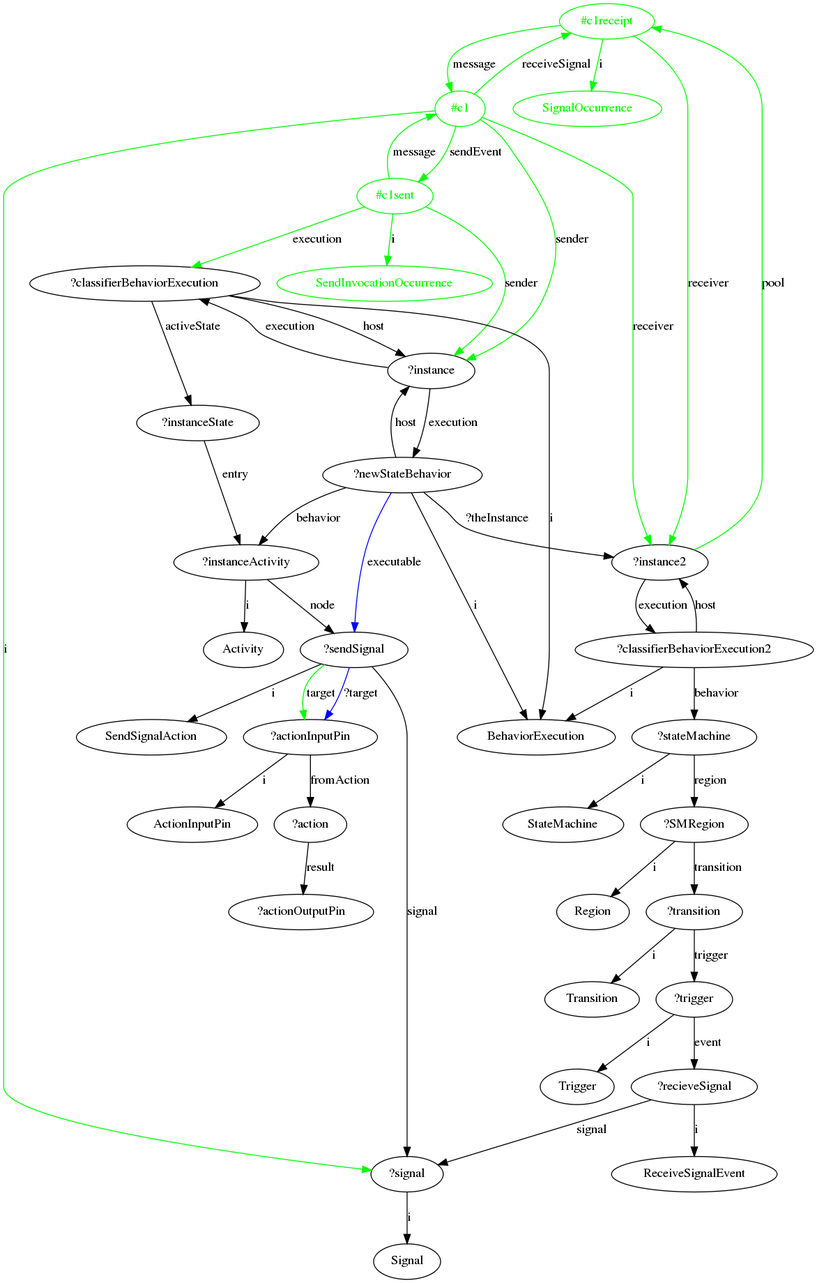
Earlier version of the Graphviz export GraphOutputs/sendSignalAction.dot.png (luisneiva/graf-framework). Its source is kept beside it as GraphOutputs/sendSignalAction.dot. The source it was exported from:
```dot
digraph sendSignalAction {
	"#c1receipt" -> "#c1" [label="message", color="green"]
	"#c1receipt" [color="green", fontcolor="green"]
	"#c1" [color="green", fontcolor="green"]
	"#c1" -> "#c1receipt" [label="receiveSignal", color="green"]
	"#c1" [color="green", fontcolor="green"]
	"#c1receipt" [color="green", fontcolor="green"]
	"#c1" -> "#c1sent" [label="sendEvent", color="green"]
	"#c1" [color="green", fontcolor="green"]
	"#c1sent" [color="green", fontcolor="green"]
	"#c1sent" -> "#c1" [label="message", color="green"]
	"#c1sent" [color="green", fontcolor="green"]
	"#c1" [color="green", fontcolor="green"]
	"#c1receipt" -> "SignalOccurrence" [label="i", color="green"]
	"#c1receipt" [color="green", fontcolor="green"]
	"SignalOccurrence" [color="green", fontcolor="green"]
	"#c1sent" -> "SendInvocationOccurrence" [label="i", color="green"]
	"#c1sent" [color="green", fontcolor="green"]
	"SendInvocationOccurrence" [color="green", fontcolor="green"]
	"?instance" -> "?newStateBehavior" [label="execution"]
	"?newStateBehavior" -> "?instance" [label="host"]
	"?classifierBehaviorExecution" -> "?instance" [label="host"]
	"?instance" -> "?classifierBehaviorExecution" [label="execution"]
	"?classifierBehaviorExecution" -> "BehaviorExecution" [label="i"]
	"?newStateBehavior" -> "BehaviorExecution" [label="i"]
	"?classifierBehaviorExecution2" -> "BehaviorExecution" [label="i"]
	"?classifierBehaviorExecution2" -> "?instance2" [label="host"]
	"?instance2" -> "?classifierBehaviorExecution2" [label="execution"]
	"?classifierBehaviorExecution2" -> "?stateMachine" [label="behavior"]
	"?stateMachine" -> "StateMachine" [label="i"]
	"?SMRegion" -> "Region" [label="i"]
	"?transition" -> "Transition" [label="i"]
	"?trigger" -> "Trigger" [label="i"]
	"?recieveSignal" -> "ReceiveSignalEvent" [label="i"]
	"?stateMachine" -> "?SMRegion" [label="region"]
	"?SMRegion" -> "?transition" [label="transition"]
	"?transition" -> "?trigger" [label="trigger"]
	"?trigger" -> "?recieveSignal" [label="event"]
	"?recieveSignal" -> "?signal" [label="signal"]
	"?signal" -> "Signal" [label="i"]
	"?actionInputPin" -> "ActionInputPin" [label="i"]
	"?actionInputPin" -> "?action" [label="fromAction"]
	"?action" -> "?actionOutputPin" [label="result"]
	"?sendSignal" -> "?actionInputPin" [label="target", color="green"]
	"?sendSignal" -> "SendSignalAction" [label="i"]
	"?instanceActivity" -> "Activity" [label="i"]
	"?instanceState" -> "?instanceActivity" [label="entry"]
	"?newStateBehavior" -> "?instanceActivity" [label="behavior"]
	"?classifierBehaviorExecution" -> "?instanceState" [label="activeState"]
	"?instanceActivity" -> "?sendSignal" [label="node"]
	"?sendSignal" -> "?signal" [label="signal"]
	"?newStateBehavior" -> "?instance2" [label="?theInstance"]
	"#c1" -> "?instance2" [label="receiver", color="green"]
	"#c1" [color="green", fontcolor="green"]
	"#c1sent" -> "?classifierBehaviorExecution" [label="execution", color="green"]
	"#c1sent" [color="green", fontcolor="green"]
	"#c1sent" -> "?instance" [label="sender", color="green"]
	"#c1sent" [color="green", fontcolor="green"]
	"?instance2" -> "#c1receipt" [label="pool", color="green"]
	"#c1receipt" [color="green", fontcolor="green"]
	"#c1receipt" -> "?instance2" [label="receiver", color="green"]
	"#c1receipt" [color="green", fontcolor="green"]
	"#c1" -> "?signal" [label="i", color="green"]
	"#c1" [color="green", fontcolor="green"]
	"#c1" -> "?instance" [label="sender", color="green"]
	"#c1" [color="green", fontcolor="green"]
	"?sendSignal" -> "?actionInputPin" [label="?target", color="blue"]
	"?newStateBehavior" -> "?sendSignal" [label="executable", color="blue"]
}
```
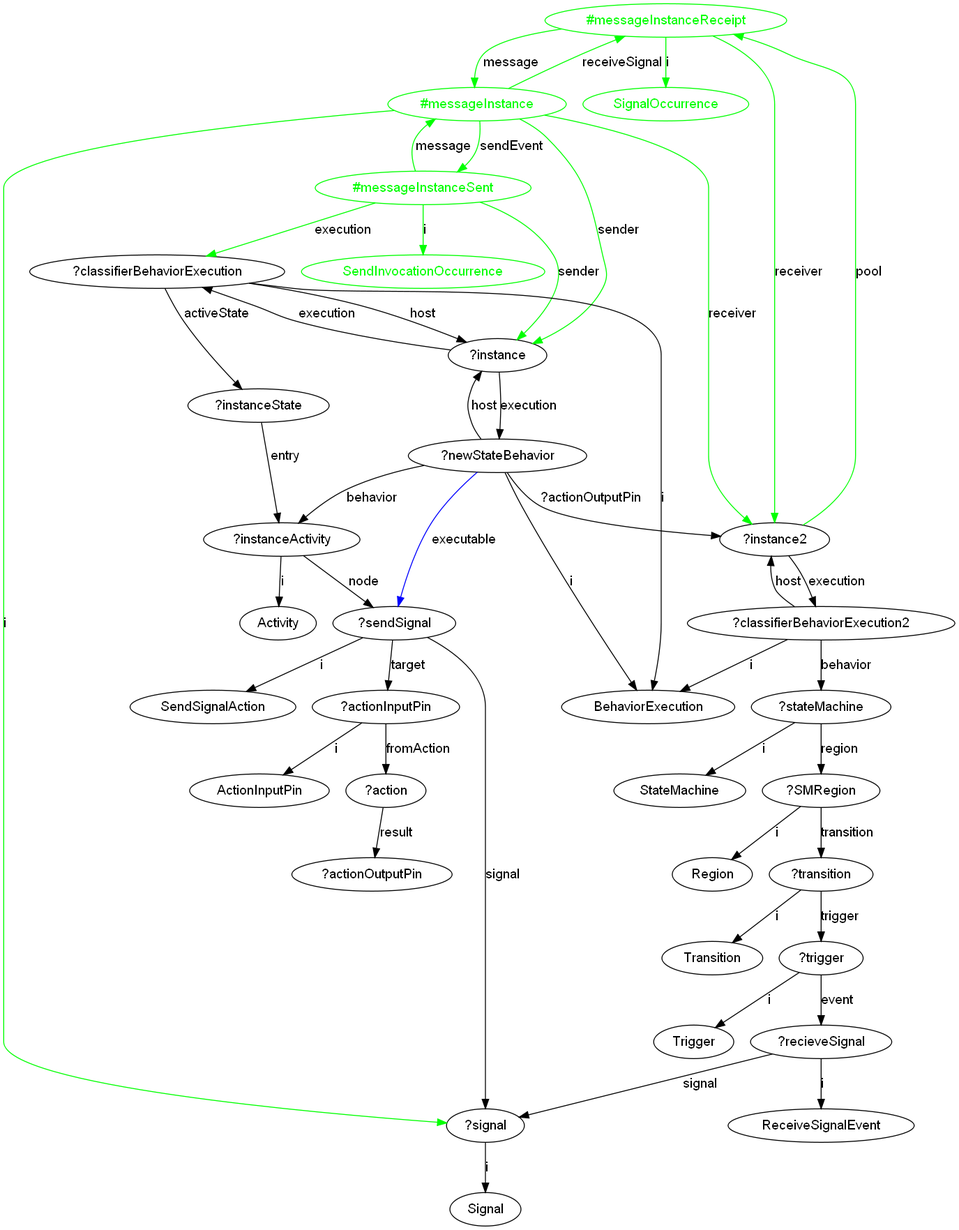
The same diagram one commit later.

Diff of the diagram source:
```diff
@@ -1,21 +1,21 @@
 digraph sendSignalAction {
-	"#c1receipt" -> "#c1" [label="message", color="green"]
-	"#c1receipt" [color="green", fontcolor="green"]
-	"#c1" [color="green", fontcolor="green"]
-	"#c1" -> "#c1receipt" [label="receiveSignal", color="green"]
-	"#c1" [color="green", fontcolor="green"]
-	"#c1receipt" [color="green", fontcolor="green"]
-	"#c1" -> "#c1sent" [label="sendEvent", color="green"]
-	"#c1" [color="green", fontcolor="green"]
-	"#c1sent" [color="green", fontcolor="green"]
-	"#c1sent" -> "#c1" [label="message", color="green"]
-	"#c1sent" [color="green", fontcolor="green"]
-	"#c1" [color="green", fontcolor="green"]
-	"#c1receipt" -> "SignalOccurrence" [label="i", color="green"]
-	"#c1receipt" [color="green", fontcolor="green"]
+	"#messageInstanceReceipt" -> "#messageInstance" [label="message", color="green"]
+	"#messageInstanceReceipt" [color="green", fontcolor="green"]
+	"#messageInstance" [color="green", fontcolor="green"]
+	"#messageInstance" -> "#messageInstanceReceipt" [label="receiveSignal", color="green"]
+	"#messageInstance" [color="green", fontcolor="green"]
+	"#messageInstanceReceipt" [color="green", fontcolor="green"]
+	"#messageInstance" -> "#messageInstanceSent" [label="sendEvent", color="green"]
+	"#messageInstance" [color="green", fontcolor="green"]
+	"#messageInstanceSent" [color="green", fontcolor="green"]
+	"#messageInstanceSent" -> "#messageInstance" [label="message", color="green"]
+	"#messageInstanceSent" [color="green", fontcolor="green"]
+	"#messageInstance" [color="green", fontcolor="green"]
+	"#messageInstanceReceipt" -> "SignalOccurrence" [label="i", color="green"]
+	"#messageInstanceReceipt" [color="green", fontcolor="green"]
 	"SignalOccurrence" [color="green", fontcolor="green"]
-	"#c1sent" -> "SendInvocationOccurrence" [label="i", color="green"]
-	"#c1sent" [color="green", fontcolor="green"]
+	"#messageInstanceSent" -> "SendInvocationOccurrence" [label="i", color="green"]
+	"#messageInstanceSent" [color="green", fontcolor="green"]
 	"SendInvocationOccurrence" [color="green", fontcolor="green"]
 	"?instance" -> "?newStateBehavior" [label="execution"]
 	"?newStateBehavior" -> "?instance" [label="host"]
@@ -41,7 +41,7 @@
 	"?actionInputPin" -> "ActionInputPin" [label="i"]
 	"?actionInputPin" -> "?action" [label="fromAction"]
 	"?action" -> "?actionOutputPin" [label="result"]
-	"?sendSignal" -> "?actionInputPin" [label="target", color="green"]
+	"?sendSignal" -> "?actionInputPin" [label="target"]
 	"?sendSignal" -> "SendSignalAction" [label="i"]
 	"?instanceActivity" -> "Activity" [label="i"]
 	"?instanceState" -> "?instanceActivity" [label="entry"]
@@ -49,21 +49,20 @@
 	"?classifierBehaviorExecution" -> "?instanceState" [label="activeState"]
 	"?instanceActivity" -> "?sendSignal" [label="node"]
 	"?sendSignal" -> "?signal" [label="signal"]
-	"?newStateBehavior" -> "?instance2" [label="?theInstance"]
-	"#c1" -> "?instance2" [label="receiver", color="green"]
-	"#c1" [color="green", fontcolor="green"]
-	"#c1sent" -> "?classifierBehaviorExecution" [label="execution", color="green"]
-	"#c1sent" [color="green", fontcolor="green"]
-	"#c1sent" -> "?instance" [label="sender", color="green"]
-	"#c1sent" [color="green", fontcolor="green"]
-	"?instance2" -> "#c1receipt" [label="pool", color="green"]
-	"#c1receipt" [color="green", fontcolor="green"]
-	"#c1receipt" -> "?instance2" [label="receiver", color="green"]
-	"#c1receipt" [color="green", fontcolor="green"]
-	"#c1" -> "?signal" [label="i", color="green"]
-	"#c1" [color="green", fontcolor="green"]
-	"#c1" -> "?instance" [label="sender", color="green"]
-	"#c1" [color="green", fontcolor="green"]
-	"?sendSignal" -> "?actionInputPin" [label="?target", color="blue"]
+	"?newStateBehavior" -> "?instance2" [label="?actionOutputPin"]
+	"#messageInstance" -> "?instance2" [label="receiver", color="green"]
+	"#messageInstance" [color="green", fontcolor="green"]
+	"#messageInstanceSent" -> "?classifierBehaviorExecution" [label="execution", color="green"]
+	"#messageInstanceSent" [color="green", fontcolor="green"]
+	"#messageInstanceSent" -> "?instance" [label="sender", color="green"]
+	"#messageInstanceSent" [color="green", fontcolor="green"]
+	"?instance2" -> "#messageInstanceReceipt" [label="pool", color="green"]
+	"#messageInstanceReceipt" [color="green", fontcolor="green"]
+	"#messageInstanceReceipt" -> "?instance2" [label="receiver", color="green"]
+	"#messageInstanceReceipt" [color="green", fontcolor="green"]
+	"#messageInstance" -> "?signal" [label="i", color="green"]
+	"#messageInstance" [color="green", fontcolor="green"]
+	"#messageInstance" -> "?instance" [label="sender", color="green"]
+	"#messageInstance" [color="green", fontcolor="green"]
 	"?newStateBehavior" -> "?sendSignal" [label="executable", color="blue"]
 }
```
